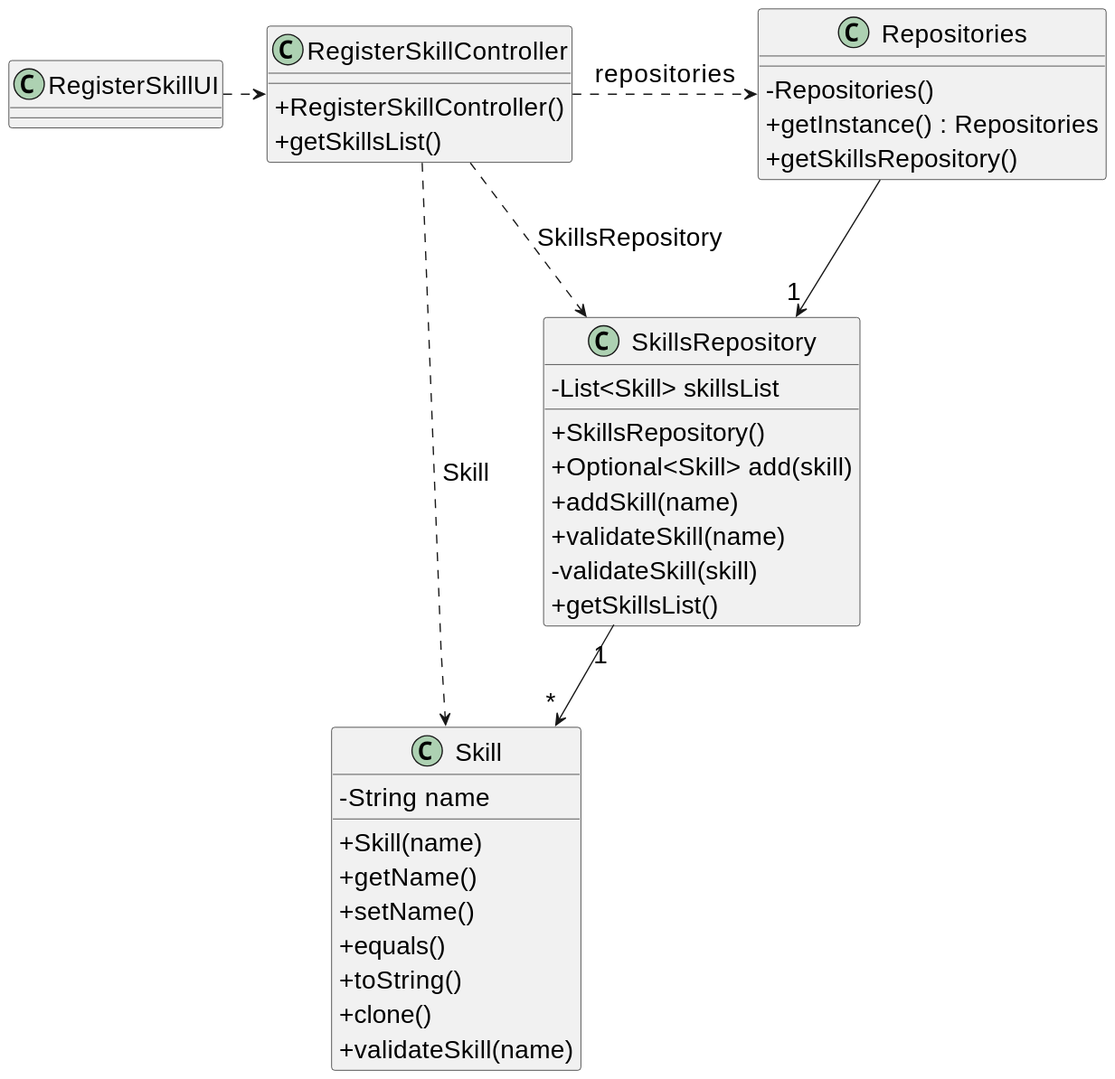
Before: docs/sprint2/us001/03.design/svg/us001-class-diagram.svg, a diagram exported from PlantUML (1231360-ISEP/lei-24-s2-1db-g021).
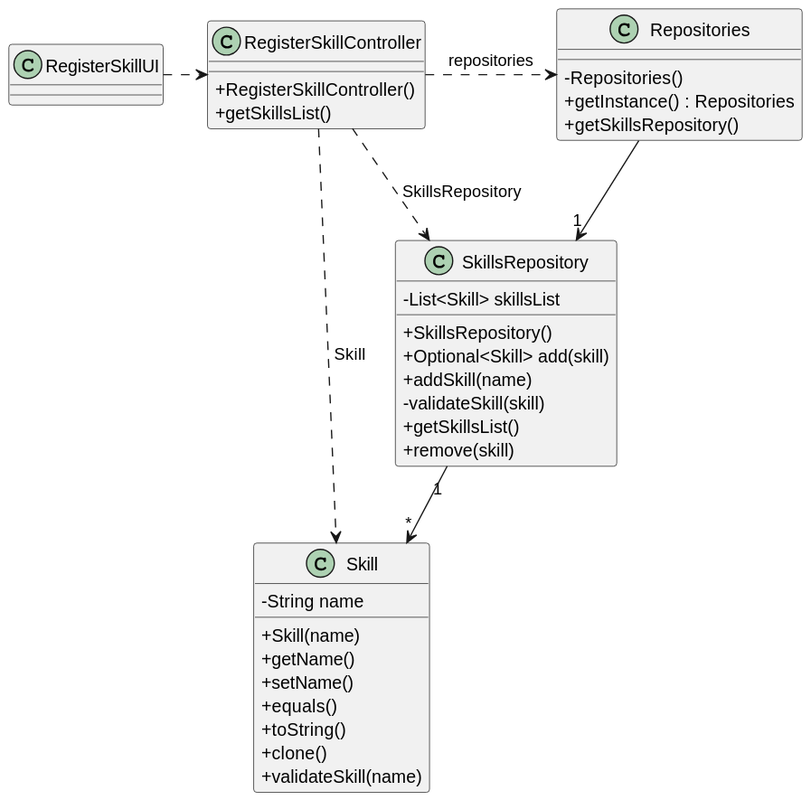
Later version of the same file.

Commit message:
Update US05 - Class Diagram and SVG

Change to the diagram source:
```diff
@@ -1,5 +1,4 @@
 @startuml
-skinparamlocked defaultFontSize 20
 skinparam packageStyle rectangle
 skinparam shadowing false
 skinparam linetype polyline
@@ -14,7 +13,6 @@
     + getSkillsList()
 }
 
-
 class Skill {
     - String name
     + Skill(name)
@@ -26,17 +24,14 @@
     + validateSkill(name)
 }
 
-
-
-
 class SkillsRepository {
     - List<Skill> skillsList
     + SkillsRepository()
     + Optional<Skill> add(skill)
     + addSkill(name)
-    + validateSkill(name)
     - validateSkill(skill)
     + getSkillsList()
+    + remove(skill)
 }
 
 class Repositories {
```
